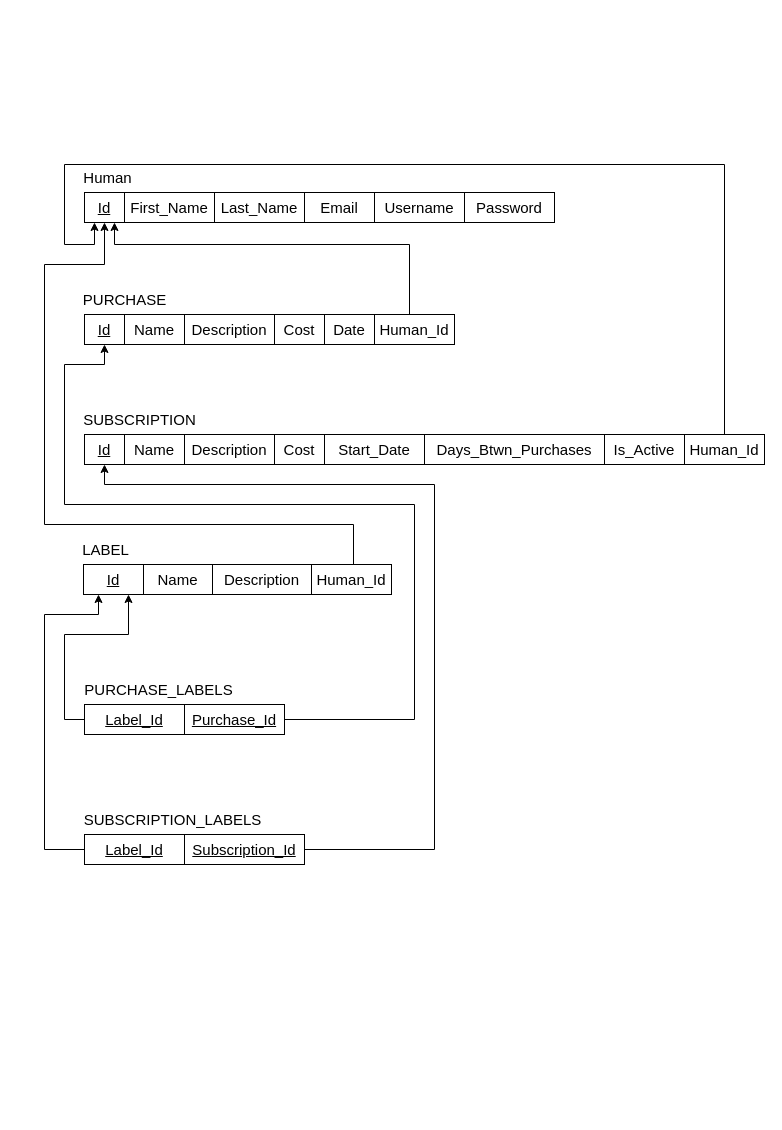
Before: diagrams/SpendthriftRmDiagram1.0.drawio in honey-ham/spendthrift-db, a draw.io diagram. Source tidied: cells renumbered, new cells numbered last; positions are measured from the earlier drawing's top-left corner, leaving out a move shared by most shapes. Both pictures are drawn from the tidied source at 100%, with x=0, y=0 at pixel (44, 162).
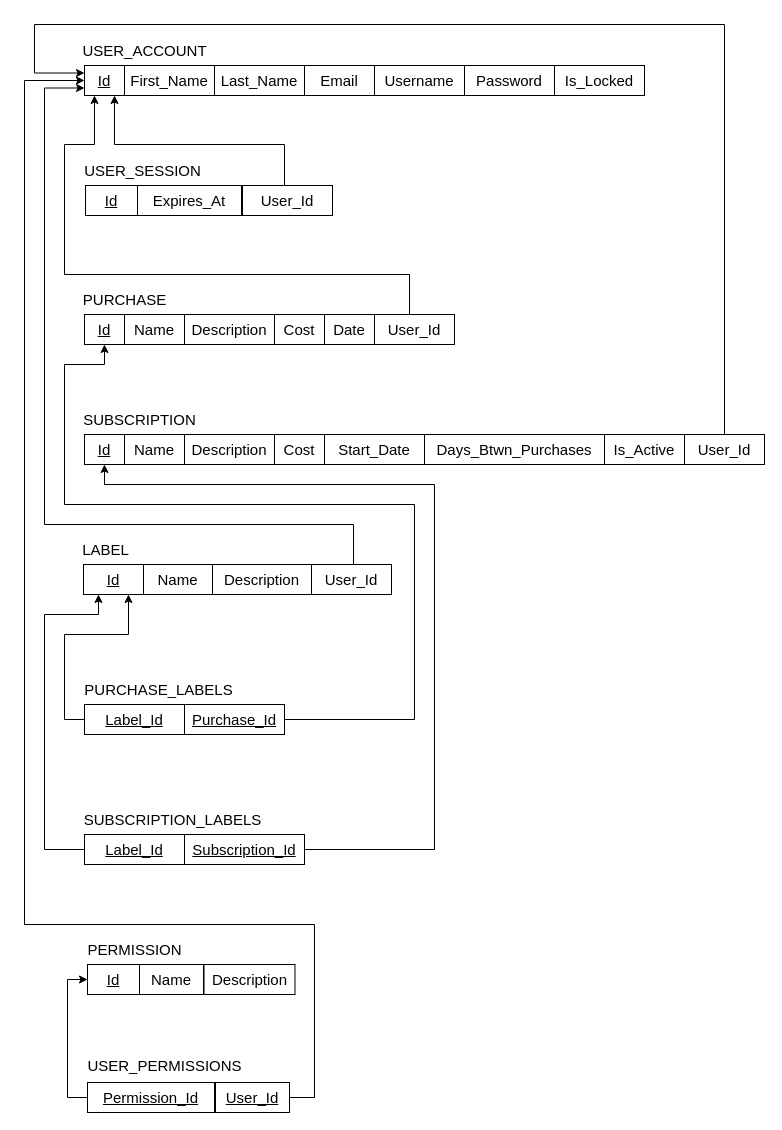
Above is the later version.

Commit message (it also covers changes not shown here):
Added permission and session table. Reflected changes on diagrams

The edit, as a diff of the source:
```diff
@@
-    <mxCell id="2" value="&lt;font style=&quot;font-size: 15px;&quot;&gt;Human&lt;/font&gt;" style="text;html=1;align=center;verticalAlign=middle;strokeColor=none;fillColor=none;" parent="1" vertex="1">
-      <mxGeometry x="28" width="70" height="30" as="geometry" />
+    <mxCell id="2" value="&lt;font style=&quot;font-size: 15px;&quot;&gt;USER_ACCOUNT&lt;/font&gt;" style="text;html=1;align=center;verticalAlign=middle;strokeColor=none;fillColor=none;" parent="1" vertex="1">
+      <mxGeometry x="25" y="-127" width="150" height="30" as="geometry" />
     </mxCell>
     <mxCell id="3" value="&lt;font style=&quot;font-size: 15px;&quot;&gt;&lt;u&gt;Id&lt;/u&gt;&lt;/font&gt;" style="rounded=0;whiteSpace=wrap;html=1;" parent="1" vertex="1">
-      <mxGeometry x="40" y="30" width="40" height="30" as="geometry" />
+      <mxGeometry x="40" y="-97" width="40" height="30" as="geometry" />
     </mxCell>
     <mxCell id="4" value="&lt;font style=&quot;font-size: 15px;&quot;&gt;First_Name&lt;/font&gt;" style="rounded=0;whiteSpace=wrap;html=1;" parent="1" vertex="1">
-      <mxGeometry x="80" y="30" width="90" height="30" as="geometry" />
+      <mxGeometry x="80" y="-97" width="90" height="30" as="geometry" />
     </mxCell>
     <mxCell id="5" value="&lt;font style=&quot;font-size: 15px;&quot;&gt;Last_Name&lt;/font&gt;" style="rounded=0;whiteSpace=wrap;html=1;" parent="1" vertex="1">
-      <mxGeometry x="170" y="30" width="90" height="30" as="geometry" />
+      <mxGeometry x="170" y="-97" width="90" height="30" as="geometry" />
     </mxCell>
     <mxCell id="6" value="&lt;font style=&quot;font-size: 15px;&quot;&gt;Username&lt;/font&gt;" style="rounded=0;whiteSpace=wrap;html=1;" parent="1" vertex="1">
-      <mxGeometry x="330" y="30" width="90" height="30" as="geometry" />
+      <mxGeometry x="330" y="-97" width="90" height="30" as="geometry" />
     </mxCell>
     <mxCell id="7" value="&lt;font style=&quot;font-size: 15px;&quot;&gt;Password&lt;/font&gt;" style="rounded=0;whiteSpace=wrap;html=1;" parent="1" vertex="1">
-      <mxGeometry x="420" y="30" width="90" height="30" as="geometry" />
+      <mxGeometry x="420" y="-97" width="90" height="30" as="geometry" />
     </mxCell>
@@
-    <mxCell id="25" style="edgeStyle=orthogonalEdgeStyle;rounded=0;jettySize=auto;html=1;entryX=0.25;entryY=1;entryDx=0;entryDy=0;" parent="1" edge="1" source="26" target="3">
+    <mxCell id="25" style="edgeStyle=orthogonalEdgeStyle;rounded=0;jettySize=auto;html=1;entryX=0;entryY=0.25;entryDx=0;entryDy=0;" parent="1" edge="1" source="26" target="3">
       <mxGeometry relative="1" as="geometry">
         <Array as="points">
-          <mxPoint x="680" y="2" />
-          <mxPoint x="20" y="2" />
-          <mxPoint x="20" y="82" />
-          <mxPoint x="50" y="82" />
+          <mxPoint x="680" y="-138" />
+          <mxPoint x="-10" y="-138" />
+          <mxPoint x="-10" y="-89" />
         </Array>
       </mxGeometry>
     </mxCell>
-    <mxCell id="26" value="&lt;span style=&quot;font-size: 15px;&quot;&gt;Human_Id&lt;/span&gt;" style="rounded=0;whiteSpace=wrap;html=1;" parent="1" vertex="1">
+    <mxCell id="26" value="&lt;span style=&quot;font-size: 15px;&quot;&gt;User_Id&lt;/span&gt;" style="rounded=0;whiteSpace=wrap;html=1;" parent="1" vertex="1">
       <mxGeometry x="640" y="272" width="80" height="30" as="geometry" />
     </mxCell>
-    <mxCell id="27" style="edgeStyle=orthogonalEdgeStyle;rounded=0;jettySize=auto;html=1;entryX=0.75;entryY=1;entryDx=0;entryDy=0;" parent="1" edge="1" source="28" target="3">
+    <mxCell id="27" style="edgeStyle=orthogonalEdgeStyle;rounded=0;jettySize=auto;html=1;entryX=0.25;entryY=1;entryDx=0;entryDy=0;" parent="1" edge="1" source="28" target="3">
       <mxGeometry relative="1" as="geometry">
         <Array as="points">
-          <mxPoint x="365" y="82" />
-          <mxPoint x="70" y="82" />
+          <mxPoint x="365" y="112" />
+          <mxPoint x="20" y="112" />
+          <mxPoint x="20" y="-18" />
+          <mxPoint x="50" y="-18" />
         </Array>
       </mxGeometry>
     </mxCell>
-    <mxCell id="28" value="&lt;font style=&quot;font-size: 15px;&quot;&gt;Human_Id&lt;/font&gt;" style="rounded=0;whiteSpace=wrap;html=1;" parent="1" vertex="1">
+    <mxCell id="28" value="&lt;font style=&quot;font-size: 15px;&quot;&gt;User_Id&lt;/font&gt;" style="rounded=0;whiteSpace=wrap;html=1;" parent="1" vertex="1">
       <mxGeometry x="330" y="152" width="80" height="30" as="geometry" />
     </mxCell>
@@
-    <mxCell id="40" style="edgeStyle=orthogonalEdgeStyle;rounded=0;jettySize=auto;html=1;entryX=0.5;entryY=1;entryDx=0;entryDy=0;" parent="1" edge="1" source="41" target="3">
+    <mxCell id="40" style="edgeStyle=orthogonalEdgeStyle;rounded=0;jettySize=auto;html=1;entryX=0;entryY=0.75;entryDx=0;entryDy=0;" parent="1" edge="1" source="41" target="3">
       <mxGeometry relative="1" as="geometry">
         <Array as="points">
           <mxPoint x="309" y="362" />
           <mxPoint y="362" />
-          <mxPoint y="102" />
-          <mxPoint x="60" y="102" />
+          <mxPoint y="-74" />
         </Array>
       </mxGeometry>
     </mxCell>
-    <mxCell id="41" value="&lt;font style=&quot;font-size: 15px;&quot;&gt;Human_Id&lt;/font&gt;" style="rounded=0;whiteSpace=wrap;html=1;" parent="1" vertex="1">
+    <mxCell id="41" value="&lt;font style=&quot;font-size: 15px;&quot;&gt;User_Id&lt;/font&gt;" style="rounded=0;whiteSpace=wrap;html=1;" parent="1" vertex="1">
       <mxGeometry x="267" y="402" width="80" height="30" as="geometry" />
     </mxCell>
     <mxCell id="42" value="&lt;font style=&quot;font-size: 15px;&quot;&gt;Email&lt;/font&gt;" style="rounded=0;whiteSpace=wrap;html=1;" parent="1" vertex="1">
-      <mxGeometry x="260" y="30" width="70" height="30" as="geometry" />
+      <mxGeometry x="260" y="-97" width="70" height="30" as="geometry" />
     </mxCell>
+    <mxCell id="43" value="&lt;span style=&quot;font-size: 15px;&quot;&gt;USER_SESSION&lt;/span&gt;" style="text;html=1;align=center;verticalAlign=middle;strokeColor=none;fillColor=none;" parent="1" vertex="1">
+      <mxGeometry x="28" y="-7" width="140" height="30" as="geometry" />
+    </mxCell>
+    <mxCell id="44" value="&lt;span style=&quot;font-size: 15px;&quot;&gt;PERMISSION&lt;/span&gt;" style="text;html=1;align=center;verticalAlign=middle;strokeColor=none;fillColor=none;" parent="1" vertex="1">
+      <mxGeometry x="30" y="772" width="120" height="30" as="geometry" />
+    </mxCell>
+    <mxCell id="45" value="&lt;span style=&quot;font-size: 15px;&quot;&gt;USER_PERMISSIONS&lt;/span&gt;" style="text;html=1;align=center;verticalAlign=middle;strokeColor=none;fillColor=none;" parent="1" vertex="1">
+      <mxGeometry x="30" y="888" width="180" height="30" as="geometry" />
+    </mxCell>
+    <mxCell id="46" value="&lt;font style=&quot;font-size: 15px;&quot;&gt;&lt;u&gt;Id&lt;/u&gt;&lt;/font&gt;" style="rounded=0;whiteSpace=wrap;html=1;" parent="1" vertex="1">
+      <mxGeometry x="41" y="23" width="52" height="30" as="geometry" />
+    </mxCell>
+    <mxCell id="47" value="&lt;font style=&quot;font-size: 15px;&quot;&gt;Expires_At&lt;/font&gt;" style="rounded=0;whiteSpace=wrap;html=1;" parent="1" vertex="1">
+      <mxGeometry x="93" y="23" width="104" height="30" as="geometry" />
+    </mxCell>
+    <mxCell id="48" style="edgeStyle=orthogonalEdgeStyle;rounded=0;jettySize=auto;html=1;entryX=0.75;entryY=1;entryDx=0;entryDy=0;" parent="1" edge="1" source="49" target="3">
+      <mxGeometry relative="1" as="geometry">
+        <Array as="points">
+          <mxPoint x="240" y="-18" />
+          <mxPoint x="70" y="-18" />
+        </Array>
+      </mxGeometry>
+    </mxCell>
+    <mxCell id="49" value="&lt;font style=&quot;font-size: 15px;&quot;&gt;User_Id&lt;/font&gt;" style="rounded=0;whiteSpace=wrap;html=1;" parent="1" vertex="1">
+      <mxGeometry x="198" y="23" width="90" height="30" as="geometry" />
+    </mxCell>
+    <mxCell id="50" value="&lt;font style=&quot;font-size: 15px;&quot;&gt;&lt;u&gt;Id&lt;/u&gt;&lt;/font&gt;" style="rounded=0;whiteSpace=wrap;html=1;" parent="1" vertex="1">
+      <mxGeometry x="43" y="802" width="52" height="30" as="geometry" />
+    </mxCell>
+    <mxCell id="51" value="&lt;font style=&quot;font-size: 15px;&quot;&gt;Name&lt;/font&gt;" style="rounded=0;whiteSpace=wrap;html=1;" parent="1" vertex="1">
+      <mxGeometry x="95" y="802" width="64" height="30" as="geometry" />
+    </mxCell>
+    <mxCell id="52" style="edgeStyle=orthogonalEdgeStyle;rounded=0;jettySize=auto;html=1;entryX=0;entryY=0.5;entryDx=0;entryDy=0;" parent="1" edge="1" source="53" target="50">
+      <mxGeometry relative="1" as="geometry">
+        <Array as="points">
+          <mxPoint x="23" y="935" />
+          <mxPoint x="23" y="817" />
+        </Array>
+      </mxGeometry>
+    </mxCell>
+    <mxCell id="53" value="&lt;font style=&quot;font-size: 15px;&quot;&gt;&lt;u&gt;Permission_Id&lt;/u&gt;&lt;/font&gt;" style="rounded=0;whiteSpace=wrap;html=1;" parent="1" vertex="1">
+      <mxGeometry x="43" y="920" width="127" height="30" as="geometry" />
+    </mxCell>
+    <mxCell id="54" style="edgeStyle=orthogonalEdgeStyle;rounded=0;jettySize=auto;html=1;entryX=0;entryY=0.5;entryDx=0;entryDy=0;" parent="1" edge="1" source="55" target="3">
+      <mxGeometry relative="1" as="geometry">
+        <Array as="points">
+          <mxPoint x="270" y="935" />
+          <mxPoint x="270" y="762" />
+          <mxPoint x="-20" y="762" />
+          <mxPoint x="-20" y="-82" />
+        </Array>
+      </mxGeometry>
+    </mxCell>
+    <mxCell id="55" value="&lt;font style=&quot;font-size: 15px;&quot;&gt;&lt;u&gt;User_Id&lt;/u&gt;&lt;/font&gt;" style="rounded=0;whiteSpace=wrap;html=1;" parent="1" vertex="1">
+      <mxGeometry x="171" y="920" width="74" height="30" as="geometry" />
+    </mxCell>
+    <mxCell id="56" value="&lt;font style=&quot;font-size: 15px;&quot;&gt;Description&lt;/font&gt;" style="rounded=0;whiteSpace=wrap;html=1;" parent="1" vertex="1">
+      <mxGeometry x="159.5" y="802" width="91" height="30" as="geometry" />
+    </mxCell>
+    <mxCell id="57" value="&lt;font style=&quot;font-size: 15px;&quot;&gt;Is_Locked&lt;/font&gt;" style="rounded=0;whiteSpace=wrap;html=1;" parent="1" vertex="1">
+      <mxGeometry x="510" y="-97" width="90" height="30" as="geometry" />
+    </mxCell>
```
